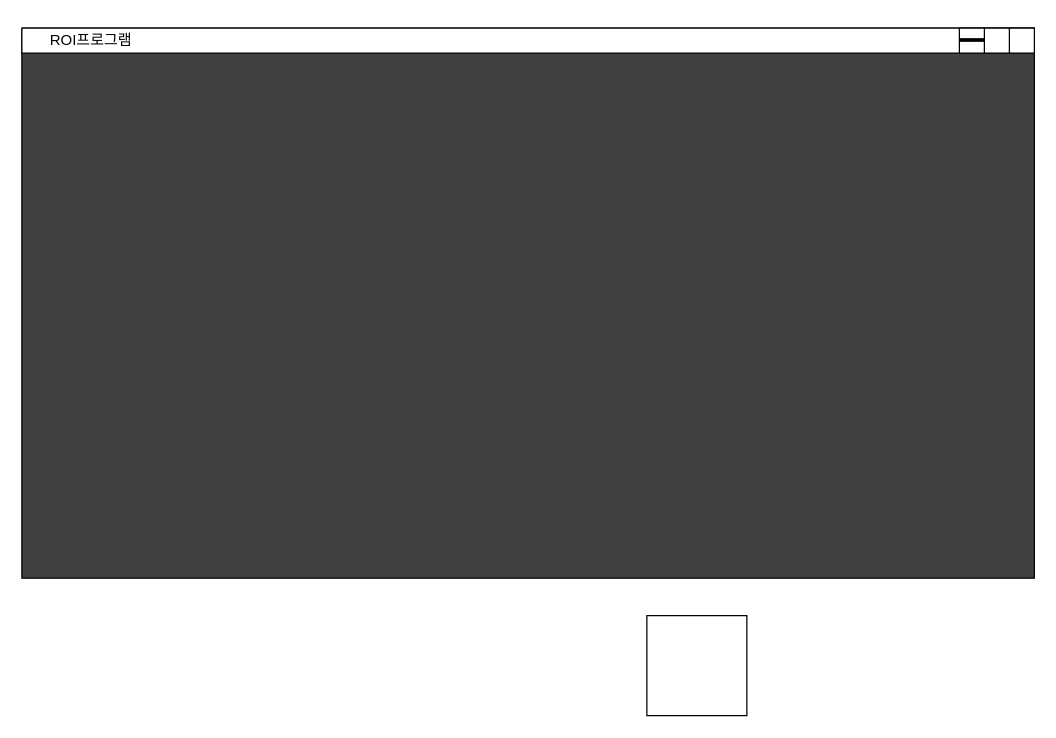
Before: ROI프로그램 화면정의서.drawio in Hyunmin-Kwak-hub/neighbor21, a draw.io diagram. Source tidied: cells renumbered, new cells numbered last; positions are measured from the earlier drawing's top-left corner, leaving out a move shared by most shapes. Both pictures are drawn from the tidied source at 125%, with x=0, y=0 at pixel (21, 21).
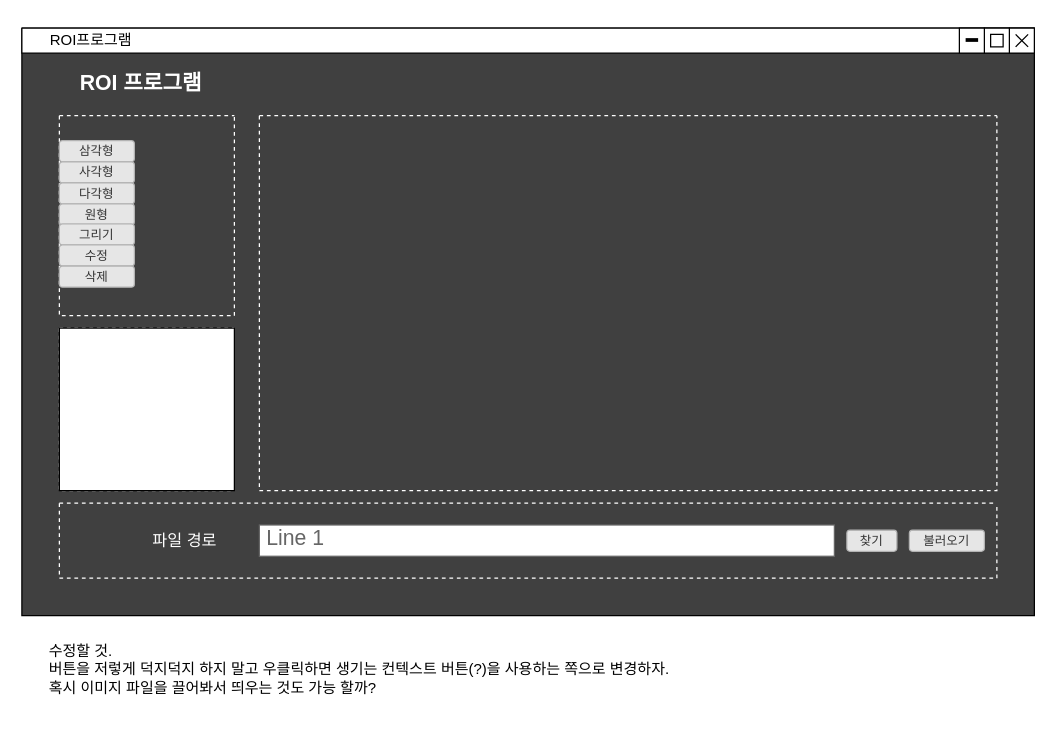
After the change.

Commit message:
ROI프로그램 화면정의서.drawio 업데이트

Change to the diagram source:
```diff
@@
     <mxCell id="2" style="swimlane;startSize=0;swimlaneFillColor=#404040;" parent="1" vertex="1">
-      <mxGeometry y="5" width="810" height="440" as="geometry" />
+      <mxGeometry y="5" width="810" height="470" as="geometry" />
     </mxCell>
+    <mxCell id="10" style="swimlane;startSize=0;strokeColor=#ffffff;dashed=1;" parent="2" vertex="1">
+      <mxGeometry x="30" y="70" width="140" height="160" as="geometry" />
+    </mxCell>
+    <mxCell id="11" value="삼각형" style="rounded=1;html=1;shadow=0;dashed=0;whiteSpace=wrap;fontSize=10;fillColor=#E6E6E6;align=center;strokeColor=#B3B3B3;fontColor=#333333;" parent="10" vertex="1">
+      <mxGeometry y="20" width="60" height="16.9" as="geometry" />
+    </mxCell>
+    <mxCell id="12" value="사각형" style="rounded=1;html=1;shadow=0;dashed=0;whiteSpace=wrap;fontSize=10;fillColor=#E6E6E6;align=center;strokeColor=#B3B3B3;fontColor=#333333;" parent="10" vertex="1">
+      <mxGeometry y="36.9" width="60" height="16.9" as="geometry" />
+    </mxCell>
+    <mxCell id="13" value="다각형" style="rounded=1;html=1;shadow=0;dashed=0;whiteSpace=wrap;fontSize=10;fillColor=#E6E6E6;align=center;strokeColor=#B3B3B3;fontColor=#333333;" parent="10" vertex="1">
+      <mxGeometry y="53.8" width="60" height="16.9" as="geometry" />
+    </mxCell>
+    <mxCell id="14" value="원형" style="rounded=1;html=1;shadow=0;dashed=0;whiteSpace=wrap;fontSize=10;fillColor=#E6E6E6;align=center;strokeColor=#B3B3B3;fontColor=#333333;" parent="10" vertex="1">
+      <mxGeometry y="70.6" width="60" height="16.9" as="geometry" />
+    </mxCell>
+    <mxCell id="15" value="그리기" style="rounded=1;html=1;shadow=0;dashed=0;whiteSpace=wrap;fontSize=10;fillColor=#E6E6E6;align=center;strokeColor=#B3B3B3;fontColor=#333333;" parent="10" vertex="1">
+      <mxGeometry y="86.6" width="60" height="16.9" as="geometry" />
+    </mxCell>
+    <mxCell id="16" value="수정" style="rounded=1;html=1;shadow=0;dashed=0;whiteSpace=wrap;fontSize=10;fillColor=#E6E6E6;align=center;strokeColor=#B3B3B3;fontColor=#333333;" parent="10" vertex="1">
+      <mxGeometry y="103.4" width="60" height="16.9" as="geometry" />
+    </mxCell>
+    <mxCell id="17" value="삭제" style="rounded=1;html=1;shadow=0;dashed=0;whiteSpace=wrap;fontSize=10;fillColor=#E6E6E6;align=center;strokeColor=#B3B3B3;fontColor=#333333;" parent="10" vertex="1">
+      <mxGeometry y="120.3" width="60" height="16.9" as="geometry" />
+    </mxCell>
+    <mxCell id="18" style="swimlane;startSize=0;strokeColor=#ffffff;dashed=1;" parent="2" vertex="1">
+      <mxGeometry x="30" y="240" width="140" height="130" as="geometry" />
+    </mxCell>
+    <mxCell id="19" style="rounded=0;whiteSpace=wrap;html=1;" parent="18" vertex="1">
+      <mxGeometry width="140" height="130" as="geometry" />
+    </mxCell>
+    <mxCell id="20" style="swimlane;startSize=0;strokeColor=#ffffff;dashed=1;" parent="2" vertex="1">
+      <mxGeometry x="30" y="380" width="750" height="60" as="geometry" />
+    </mxCell>
+    <mxCell id="21" value="파일 경로" style="text;html=1;align=center;verticalAlign=middle;strokeColor=none;fillColor=none;fontSize=13;fontColor=#ffffff;" parent="20" vertex="1">
+      <mxGeometry x="60" y="15" width="80" height="30" as="geometry" />
+    </mxCell>
+    <mxCell id="22" value="Line 1" style="strokeWidth=1;shadow=0;dashed=0;align=center;html=1;shape=mxgraph.mockup.text.textBox;fontColor=#666666;align=left;fontSize=17;spacingLeft=4;spacingTop=-3;whiteSpace=wrap;strokeColor=#666666;mainText=;" parent="20" vertex="1">
+      <mxGeometry x="160" y="17.5" width="460" height="25" as="geometry" />
+    </mxCell>
+    <mxCell id="23" value="찾기" style="rounded=1;html=1;shadow=0;dashed=0;whiteSpace=wrap;fontSize=10;fillColor=#E6E6E6;align=center;strokeColor=#B3B3B3;fontColor=#333333;" parent="20" vertex="1">
+      <mxGeometry x="630" y="21.6" width="40" height="16.9" as="geometry" />
+    </mxCell>
+    <mxCell id="24" value="불러오기" style="rounded=1;html=1;shadow=0;dashed=0;whiteSpace=wrap;fontSize=10;fillColor=#E6E6E6;align=center;strokeColor=#B3B3B3;fontColor=#333333;" parent="20" vertex="1">
+      <mxGeometry x="680" y="21.6" width="60" height="16.9" as="geometry" />
+    </mxCell>
+    <mxCell id="25" value="ROI 프로그램" style="text;html=1;align=center;verticalAlign=middle;strokeColor=none;fillColor=none;fontColor=#ffffff;fontSize=17;fontStyle=1;" parent="2" vertex="1">
+      <mxGeometry x="30" y="30" width="130" height="30" as="geometry" />
+    </mxCell>
@@
-    <mxCell id="8" style="endArrow=none;html=1;rounded=0;strokeWidth=3;" parent="1" edge="1">
-      <mxGeometry relative="1" as="geometry">
-        <mxPoint x="750" y="14.5" as="sourcePoint" />
-        <mxPoint x="770" y="14.5" as="targetPoint" />
-      </mxGeometry>
-    </mxCell>
     <mxCell id="9" style="whiteSpace=wrap;html=1;" parent="1" vertex="1">
-      <mxGeometry x="500" y="475" width="80" height="80" as="geometry" />
+      <mxGeometry x="775" y="10" width="10" height="10" as="geometry" />
     </mxCell>
+    <mxCell id="26" style="shape=mxgraph.sysml.x;" parent="1" vertex="1">
+      <mxGeometry x="795" y="10" width="10" height="10" as="geometry" />
+    </mxCell>
+    <mxCell id="27" style="endArrow=none;html=1;rounded=0;strokeWidth=3;" parent="1" edge="1">
+      <mxGeometry relative="1" as="geometry">
+        <mxPoint x="755" y="14.5" as="sourcePoint" />
+        <mxPoint x="765" y="14.5" as="targetPoint" />
+      </mxGeometry>
+    </mxCell>
+    <mxCell id="28" style="swimlane;startSize=0;strokeColor=#ffffff;dashed=1;" parent="1" vertex="1">
+      <mxGeometry x="190" y="75" width="590" height="300" as="geometry" />
+    </mxCell>
+    <mxCell id="29" value="수정할 것.&lt;br&gt;버튼을 저렇게 덕지덕지 하지 말고 우클릭하면 생기는 컨텍스트 버튼(?)을 사용하는 쪽으로 변경하자.&lt;div&gt;혹시 이미지 파일을 끌어봐서 띄우는 것도 가능 할까?&lt;/div&gt;" style="text;html=1;align=left;verticalAlign=middle;strokeColor=none;fillColor=none;" parent="1" vertex="1">
+      <mxGeometry x="20" y="488" width="560" height="60" as="geometry" />
+    </mxCell>
```
